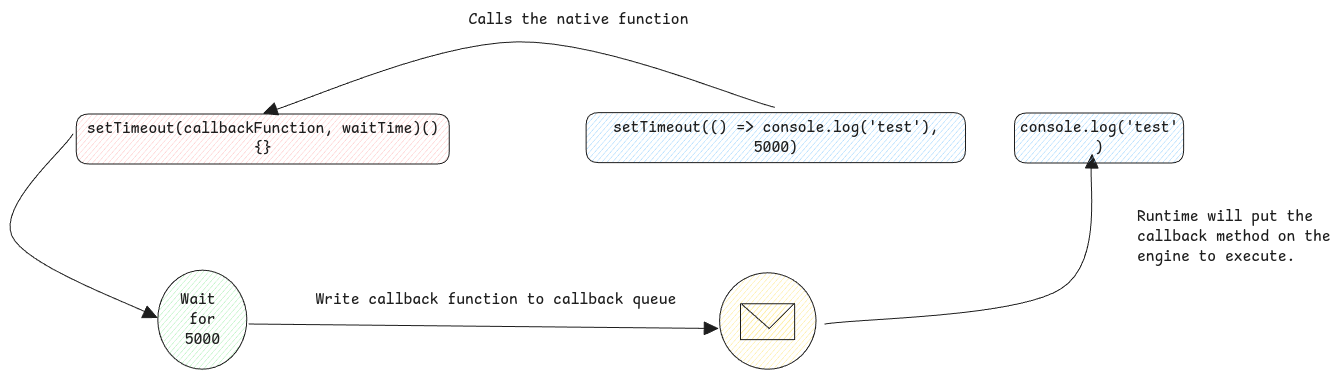
swaroopar/inprogress-engineer keeps this Excalidraw diagram as static/img/js-callback-flow.excalidraw.png. Above is the earlier version. Source tidied: one line per element, renumbered; positions are measured from the earlier drawing's top-left corner, leaving out a move shared by most shapes.
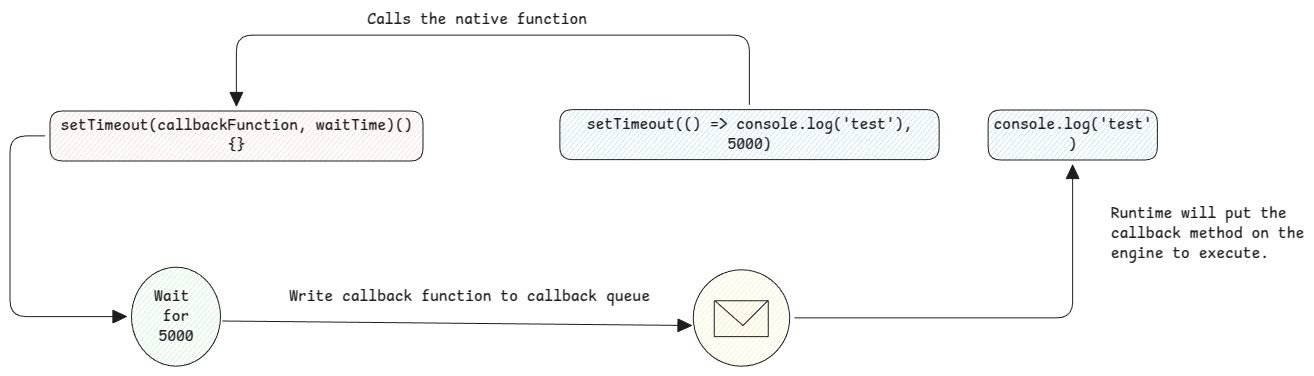
The same file after the commit.

The edit, as a diff of the source:
```diff
@@ -2,18 +2,18 @@
 {"id": 1, "type": "text", "text": "setTimeout(callbackFunction, waitTime)()\n{}", "strokeColor": "#1e1e1e", "strokeWidth": 2, "roughness": 1, "fontSize": 16, "fontFamily": 8, "textAlign": "center", "verticalAlign": "middle", "inside": 0, "x": 75, "y": 109, "width": 352, "height": 40}
 {"id": 2, "type": "rectangle", "strokeColor": "#1e1e1e", "backgroundColor": "#a5d8ff", "fillStyle": "hachure", "strokeWidth": 1, "roughness": 0, "round": true, "x": 574, "y": 103, "width": 379, "height": 50}
 {"id": 3, "type": "text", "text": "setTimeout(() => console.log('test'),\n5000)", "strokeColor": "#1e1e1e", "strokeWidth": 2, "roughness": 1, "fontSize": 16, "fontFamily": 8, "textAlign": "center", "verticalAlign": "middle", "inside": 2, "x": 601, "y": 108, "width": 326, "height": 40}
-{"id": 4, "type": "arrow", "strokeColor": "#1e1e1e", "strokeWidth": 1, "roughness": 0, "endArrowhead": "triangle", "round": true, "from": 2, "to": 0, "x": 763, "y": 97, "width": 511, "height": 72, "points": [[0, 0], [-257, -66], [-511, 6]]}
+{"id": 4, "type": "arrow", "strokeColor": "#1e1e1e", "strokeWidth": 1, "roughness": 0, "endArrowhead": "triangle", "from": 2, "to": 0, "x": 764, "y": 98, "width": 513, "height": 71, "points": [[0, 0], [0, -70], [-513, -70], [-513, 1]]}
-{"id": 5, "type": "text", "text": "Calls the native function", "strokeColor": "#1e1e1e", "strokeWidth": 1, "roughness": 0, "fontSize": 16, "fontFamily": 8, "x": 456, "y": 0, "width": 220, "height": 20}
+{"id": 5, "type": "text", "text": "Calls the native function", "strokeColor": "#1e1e1e", "strokeWidth": 1, "roughness": 0, "fontSize": 16, "fontFamily": 8, "x": 382, "y": 3, "width": 220, "height": 20}
 {"id": 6, "type": "ellipse", "strokeColor": "#1e1e1e", "backgroundColor": "#b2f2bb", "fillStyle": "hachure", "strokeWidth": 1, "roughness": 0, "round": true, "x": 146, "y": 260, "width": 89, "height": 99}
 {"id": 7, "type": "text", "text": "Wait \nfor\n5000", "strokeColor": "#1e1e1e", "strokeWidth": 2, "roughness": 1, "fontSize": 16, "fontFamily": 8, "textAlign": "center", "verticalAlign": "middle", "inside": 6, "x": 168, "y": 280, "width": 44, "height": 60}
-{"id": 8, "type": "arrow", "strokeColor": "#1e1e1e", "strokeWidth": 1, "roughness": 0, "endArrowhead": "triangle", "round": true, "from": 0, "to": 6, "x": 61, "y": 124, "width": 145, "height": 184, "points": [[0, 0], [-61, 102], [84, 184]]}
+{"id": 8, "type": "arrow", "strokeColor": "#1e1e1e", "strokeWidth": 1, "roughness": 0, "endArrowhead": "triangle", "from": 0, "to": 6, "x": 59, "y": 129, "width": 116, "height": 181, "points": [[0, 0], [-35, 0], [-35, 181], [81, 181]]}
 {"id": 9, "type": "ellipse", "strokeColor": "#1e1e1e", "backgroundColor": "#ffec99", "fillStyle": "hachure", "strokeWidth": 1, "roughness": 0, "round": true, "x": 708, "y": 263, "width": 96, "height": 96}
 {"id": 10, "type": "rectangle", "strokeColor": "#1e1e1e", "backgroundColor": "#ffec99", "fillStyle": "hachure", "strokeWidth": 1, "roughness": 0, "x": 729, "y": 294, "width": 54, "height": 36}
 {"id": 11, "type": "line", "strokeColor": "#1e1e1e", "backgroundColor": "#ffec99", "fillStyle": "hachure", "strokeWidth": 1, "roughness": 0, "endArrowhead": "triangle", "x": 730, "y": 294, "width": 27, "height": 24, "points": [[0, 0], [27, 24]]}
 {"id": 12, "type": "line", "strokeColor": "#1e1e1e", "backgroundColor": "#ffec99", "fillStyle": "hachure", "strokeWidth": 1, "roughness": 0, "endArrowhead": "triangle", "x": 757, "y": 319, "width": 25, "height": 25, "points": [[0, 0], [25, -25]]}
 {"id": 13, "type": "arrow", "strokeColor": "#1e1e1e", "backgroundColor": "#ffec99", "fillStyle": "hachure", "strokeWidth": 1, "roughness": 0, "endArrowhead": "triangle", "round": true, "from": 6, "to": 9, "x": 237, "y": 314, "width": 469, "height": 4, "points": [[0, 0], [469, 4]]}
 {"id": 14, "type": "text", "text": "Write callback function to callback queue", "strokeColor": "#1e1e1e", "backgroundColor": "#ffec99", "fillStyle": "hachure", "strokeWidth": 1, "roughness": 0, "fontSize": 16, "fontFamily": 8, "x": 303, "y": 280, "width": 361, "height": 20}
-{"id": 15, "type": "arrow", "strokeColor": "#1e1e1e", "backgroundColor": "#ffec99", "fillStyle": "hachure", "strokeWidth": 1, "roughness": 0, "endArrowhead": "triangle", "round": true, "from": 9, "to": 17, "x": 813, "y": 314, "width": 267, "height": 170, "points": [[0, 0], [236, -35], [267, -170]]}
+{"id": 15, "type": "arrow", "strokeColor": "#1e1e1e", "backgroundColor": "#ffec99", "fillStyle": "hachure", "strokeWidth": 1, "roughness": 0, "endArrowhead": "triangle", "from": 9, "to": 17, "x": 809, "y": 311, "width": 278, "height": 153, "points": [[0, 0], [278, 0], [278, -153]]}
 {"id": 16, "type": "text", "text": "Runtime will put the \ncallback method on the\nengine to execute.", "strokeColor": "#1e1e1e", "backgroundColor": "#ffec99", "fillStyle": "hachure", "strokeWidth": 1, "roughness": 0, "fontSize": 16, "fontFamily": 8, "x": 1125, "y": 197, "width": 194, "height": 60}
 {"id": 17, "type": "rectangle", "strokeColor": "#1e1e1e", "backgroundColor": "#a5d8ff", "fillStyle": "hachure", "strokeWidth": 1, "roughness": 0, "round": true, "x": 1002, "y": 103, "width": 169, "height": 50}
 {"id": 18, "type": "text", "text": "console.log('test'\n)", "strokeColor": "#1e1e1e", "strokeWidth": 2, "roughness": 1, "fontSize": 16, "fontFamily": 8, "textAlign": "center", "verticalAlign": "middle", "inside": 17, "x": 1008, "y": 108, "width": 158, "height": 40}
```
